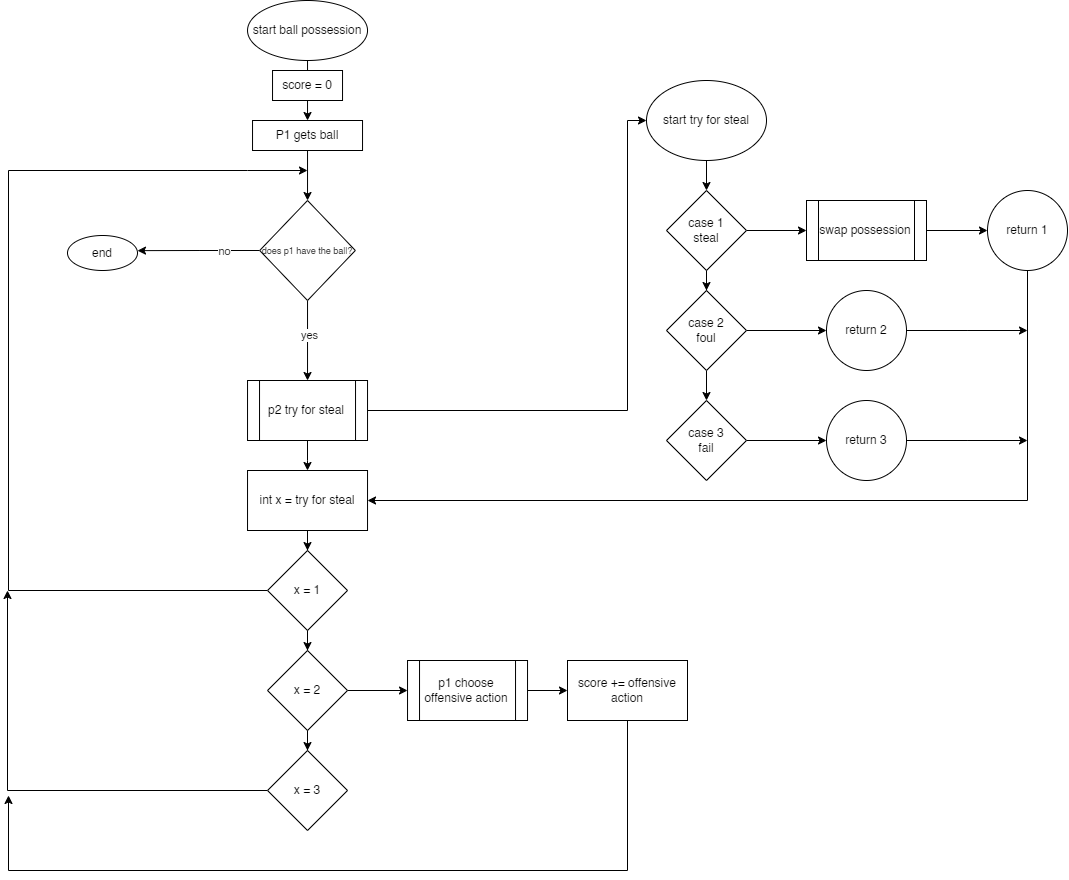
Above: BasketballGameVersion2/Ball Posession.drawio.png in y4nder/JAVA-reviews (draw.io), before the change. Source tidied: cells renumbered, new cells last; positions are measured from the earlier drawing's top-left corner, leaving out a move shared by most shapes.
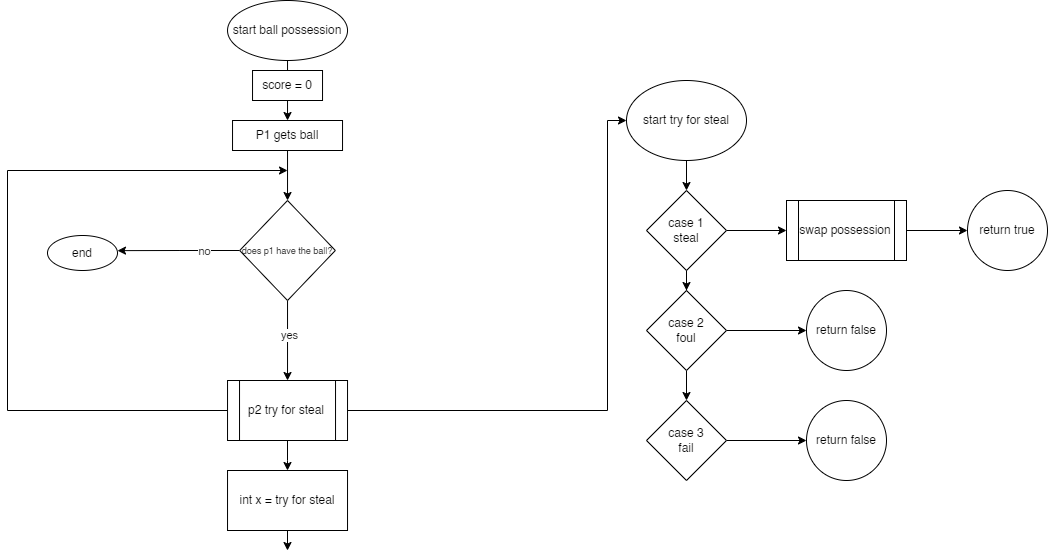
The same file after the commit.

Diff of the diagram source:
```diff
@@ -46,6 +46,15 @@
         </Array>
       </mxGeometry>
     </mxCell>
+    <mxCell id="48" style="edgeStyle=orthogonalEdgeStyle;rounded=0;jettySize=auto;html=1;" parent="1" edge="1" source="13">
+      <mxGeometry relative="1" as="geometry">
+        <mxPoint x="300" y="170" as="targetPoint" />
+        <Array as="points">
+          <mxPoint x="20" y="410" />
+          <mxPoint x="20" y="170" />
+        </Array>
+      </mxGeometry>
+    </mxCell>
     <mxCell id="13" value="p2 try for steal" style="shape=process;whiteSpace=wrap;html=1;backgroundOutline=1;" parent="1" vertex="1">
       <mxGeometry x="240" y="380" width="120" height="60" as="geometry" />
     </mxCell>
@@ -88,95 +97,35 @@
     <mxCell id="26" value="swap possession" style="shape=process;whiteSpace=wrap;html=1;backgroundOutline=1;" parent="1" vertex="1">
       <mxGeometry x="799" y="200" width="120" height="60" as="geometry" />
     </mxCell>
-    <mxCell id="27" style="edgeStyle=orthogonalEdgeStyle;rounded=0;jettySize=auto;html=1;entryX=1;entryY=0.5;entryDx=0;entryDy=0;" parent="1" edge="1" source="28" target="34">
-      <mxGeometry relative="1" as="geometry">
-        <Array as="points">
-          <mxPoint x="1020" y="500" />
-        </Array>
-      </mxGeometry>
-    </mxCell>
-    <mxCell id="28" value="return 1" style="ellipse;whiteSpace=wrap;html=1;" parent="1" vertex="1">
+    <mxCell id="28" value="return true" style="ellipse;whiteSpace=wrap;html=1;" parent="1" vertex="1">
       <mxGeometry x="980" y="190" width="80" height="80" as="geometry" />
     </mxCell>
-    <mxCell id="29" style="edgeStyle=orthogonalEdgeStyle;rounded=0;jettySize=auto;html=1;" parent="1" edge="1" source="30">
-      <mxGeometry relative="1" as="geometry">
-        <mxPoint x="1020" y="330" as="targetPoint" />
-      </mxGeometry>
-    </mxCell>
-    <mxCell id="30" value="return 2" style="ellipse;whiteSpace=wrap;html=1;" parent="1" vertex="1">
+    <mxCell id="30" value="return false" style="ellipse;whiteSpace=wrap;html=1;" parent="1" vertex="1">
       <mxGeometry x="819" y="290" width="80" height="80" as="geometry" />
     </mxCell>
-    <mxCell id="31" style="edgeStyle=orthogonalEdgeStyle;rounded=0;jettySize=auto;html=1;" parent="1" edge="1" source="32">
-      <mxGeometry relative="1" as="geometry">
-        <mxPoint x="1020" y="440" as="targetPoint" />
-      </mxGeometry>
-    </mxCell>
-    <mxCell id="32" value="return 3" style="ellipse;whiteSpace=wrap;html=1;" parent="1" vertex="1">
+    <mxCell id="32" value="return false" style="ellipse;whiteSpace=wrap;html=1;" parent="1" vertex="1">
       <mxGeometry x="819" y="400" width="80" height="80" as="geometry" />
     </mxCell>
-    <mxCell id="33" style="edgeStyle=orthogonalEdgeStyle;rounded=0;jettySize=auto;html=1;" parent="1" edge="1" source="34" target="37">
-      <mxGeometry relative="1" as="geometry" />
+    <mxCell id="33" style="edgeStyle=orthogonalEdgeStyle;rounded=0;jettySize=auto;html=1;" parent="1" edge="1" source="34">
+      <mxGeometry relative="1" as="geometry">
+        <mxPoint x="300" y="550" as="targetPoint" />
+      </mxGeometry>
     </mxCell>
     <mxCell id="34" value="int x = try for steal" style="rounded=0;whiteSpace=wrap;html=1;" parent="1" vertex="1">
       <mxGeometry x="240" y="470" width="120" height="60" as="geometry" />
     </mxCell>
-    <mxCell id="35" style="edgeStyle=orthogonalEdgeStyle;rounded=0;jettySize=auto;html=1;" parent="1" edge="1" source="37" target="40">
-      <mxGeometry relative="1" as="geometry" />
+    <mxCell id="35" style="edgeStyle=orthogonalEdgeStyle;rounded=0;jettySize=auto;html=1;" parent="1" edge="1" target="x">
+      <mxGeometry relative="1" as="geometry">
+        <mxPoint x="300" y="630" as="sourcePoint" />
+      </mxGeometry>
     </mxCell>
-    <mxCell id="36" style="edgeStyle=orthogonalEdgeStyle;rounded=0;jettySize=auto;html=1;" parent="1" edge="1" source="37">
-      <mxGeometry relative="1" as="geometry">
-        <mxPoint x="300" y="170" as="targetPoint" />
-        <Array as="points">
-          <mxPoint x="1" y="590" />
-          <mxPoint x="1" y="170" />
-          <mxPoint x="240" y="170" />
-        </Array>
-      </mxGeometry>
-    </mxCell>
-    <mxCell id="37" value="x = 1" style="rhombus;whiteSpace=wrap;html=1;" parent="1" vertex="1">
-      <mxGeometry x="260" y="550" width="80" height="80" as="geometry" />
-    </mxCell>
-    <mxCell id="38" style="edgeStyle=orthogonalEdgeStyle;rounded=0;jettySize=auto;html=1;" parent="1" edge="1" source="40" target="42">
-      <mxGeometry relative="1" as="geometry" />
+    <mxCell id="38" style="edgeStyle=orthogonalEdgeStyle;rounded=0;jettySize=auto;html=1;" parent="1" edge="1" target="x">
+      <mxGeometry relative="1" as="geometry">
+        <mxPoint x="300" y="730" as="sourcePoint" />
+      </mxGeometry>
     </mxCell>
-    <mxCell id="39" style="edgeStyle=orthogonalEdgeStyle;rounded=0;jettySize=auto;html=1;" parent="1" edge="1" source="40" target="44">
-      <mxGeometry relative="1" as="geometry" />
-    </mxCell>
-    <mxCell id="40" value="x = 2" style="rhombus;whiteSpace=wrap;html=1;" parent="1" vertex="1">
-      <mxGeometry x="260" y="650" width="80" height="80" as="geometry" />
-    </mxCell>
-    <mxCell id="41" style="edgeStyle=orthogonalEdgeStyle;rounded=0;jettySize=auto;html=1;" parent="1" edge="1" source="42">
-      <mxGeometry relative="1" as="geometry">
-        <mxPoint y="590" as="targetPoint" />
-        <Array as="points">
-          <mxPoint y="790" />
-        </Array>
-      </mxGeometry>
-    </mxCell>
-    <mxCell id="42" value="x = 3" style="rhombus;whiteSpace=wrap;html=1;" parent="1" vertex="1">
-      <mxGeometry x="260" y="750" width="80" height="80" as="geometry" />
-    </mxCell>
-    <mxCell id="43" style="edgeStyle=orthogonalEdgeStyle;rounded=0;jettySize=auto;html=1;" parent="1" edge="1" source="44" target="47">
-      <mxGeometry relative="1" as="geometry" />
-    </mxCell>
-    <mxCell id="44" value="p1 choose offensive action" style="shape=process;whiteSpace=wrap;html=1;backgroundOutline=1;" parent="1" vertex="1">
-      <mxGeometry x="400" y="660" width="120" height="60" as="geometry" />
-    </mxCell>
     <mxCell id="45" value="score = 0" style="rounded=0;whiteSpace=wrap;html=1;" parent="1" vertex="1">
       <mxGeometry x="265" y="70" width="70" height="30" as="geometry" />
     </mxCell>
-    <mxCell id="46" style="edgeStyle=orthogonalEdgeStyle;rounded=0;jettySize=auto;html=1;" parent="1" edge="1" source="47">
-      <mxGeometry relative="1" as="geometry">
-        <mxPoint y="795" as="targetPoint" />
-        <Array as="points">
-          <mxPoint x="620" y="870" />
-          <mxPoint x="1" y="870" />
-          <mxPoint x="1" y="795" />
-        </Array>
-      </mxGeometry>
-    </mxCell>
-    <mxCell id="47" value="score += offensive action" style="rounded=0;whiteSpace=wrap;html=1;" parent="1" vertex="1">
-      <mxGeometry x="560" y="660" width="120" height="60" as="geometry" />
-    </mxCell>
   </root>
 </mxGraphModel>
```
